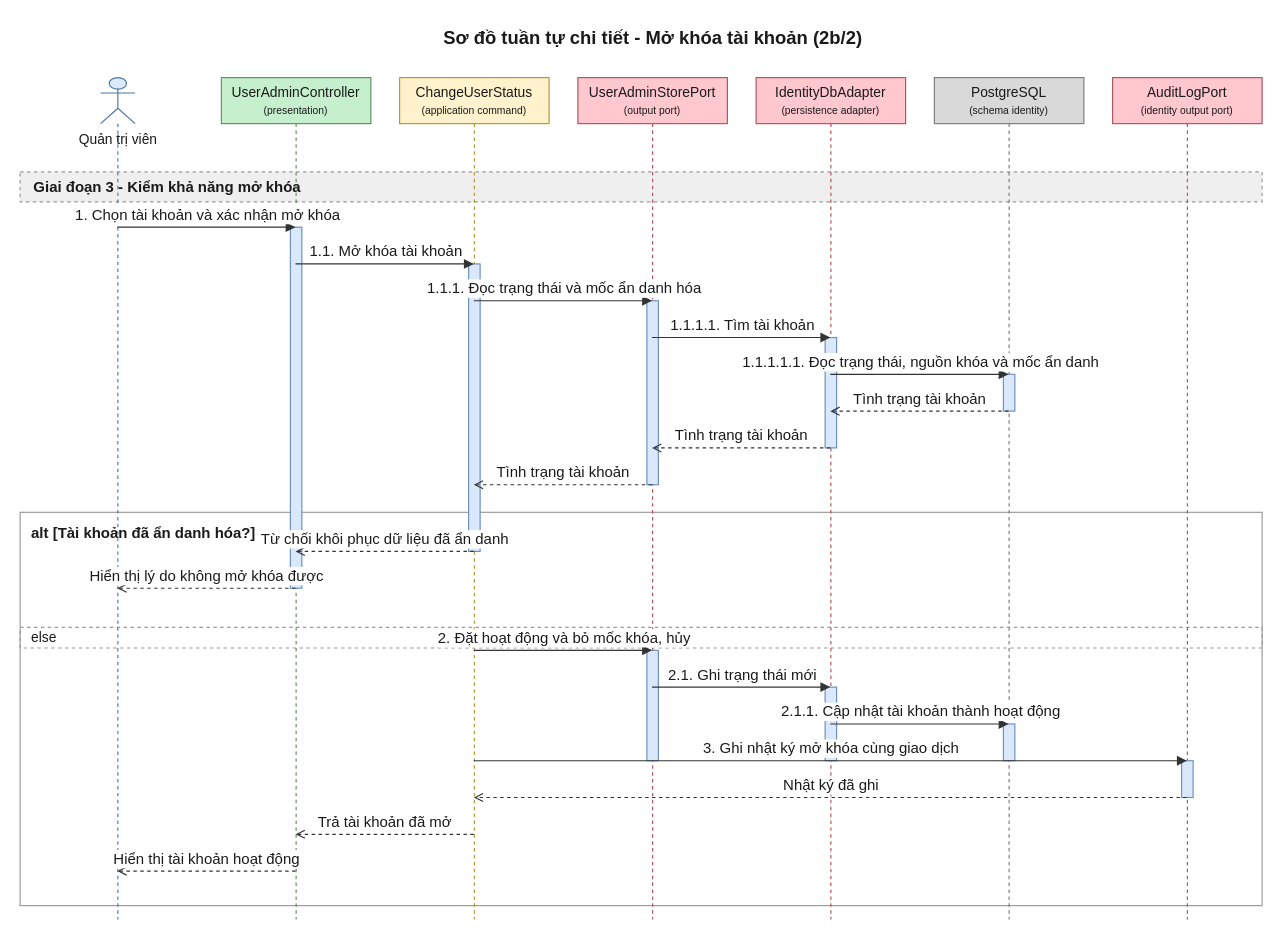
Before: 08-diagram/sequence/admin/sequence_admin_khoa_mo_khoa_tai_khoan_p2b.drawio in daiphu1801/PRJ_ALGOPREP, a draw.io diagram. Source tidied: cells renumbered, new cells numbered last; positions are measured from the earlier drawing's top-left corner, leaving out a move shared by most shapes. Both pictures are drawn from the tidied source at 115%, with x=0, y=0 at pixel (20, 20).
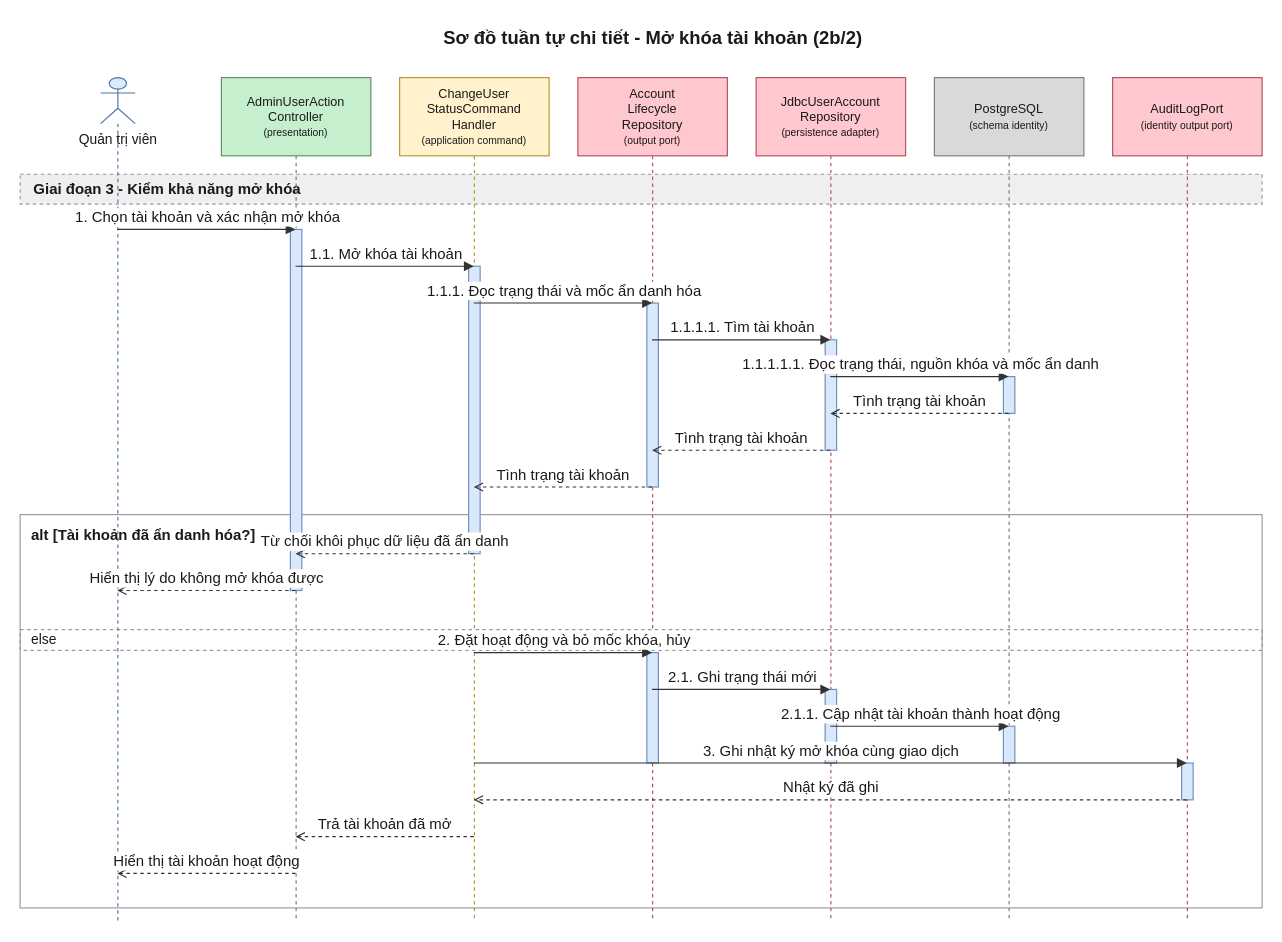
The same page after the edit.

Diff of the diagram source:
```diff
@@
     <mxCell id="3" value="alt [Tài khoản đã ẩn danh hóa?]" style="algoprep=alt;rounded=0;whiteSpace=wrap;html=1;fillColor=none;strokeColor=#999999;verticalAlign=top;align=left;spacingLeft=8;spacingTop=4;fontColor=#1A1A1A;fontSize=13;fontStyle=1;dashed=0;" parent="1" vertex="1">
-      <mxGeometry y="428" width="1080" height="342" as="geometry" />
+      <mxGeometry y="430" width="1080" height="342" as="geometry" />
     </mxCell>
     <mxCell id="4" value="else" style="text;html=1;dashed=1;strokeColor=#999999;fillColor=none;align=left;verticalAlign=middle;spacingLeft=8;fontColor=#1A1A1A;fontSize=12;" parent="1" vertex="1">
-      <mxGeometry y="528" width="1080" height="18" as="geometry" />
+      <mxGeometry y="530" width="1080" height="18" as="geometry" />
     </mxCell>
     <mxCell id="5" value="Giai đoạn 3 - Kiểm khả năng mở khóa" style="algoprep=phase;rounded=0;whiteSpace=wrap;html=1;fillColor=#EFEFEF;strokeColor=#999999;dashed=1;align=left;verticalAlign=middle;spacingLeft=10;fontColor=#1A1A1A;fontSize=13;fontStyle=1;" parent="1" vertex="1">
-      <mxGeometry y="132" width="1080" height="26" as="geometry" />
+      <mxGeometry y="134" width="1080" height="26" as="geometry" />
     </mxCell>
     <mxCell id="6" value="Quản trị viên" style="shape=umlLifeline;participant=umlActor;perimeter=lifelinePerimeter;html=1;outlineConnect=0;size=40;verticalAlign=top;spacingTop=40;fillColor=#DCEBFC;strokeColor=#4A76A8;fontColor=#1A1A1A;" parent="1" vertex="1">
-      <mxGeometry x="70" y="50" width="30" height="732" as="geometry" />
+      <mxGeometry x="70" y="50" width="30" height="734" as="geometry" />
     </mxCell>
-    <mxCell id="7" value="UserAdminController&lt;br&gt;&lt;font style=&quot;font-size:9px&quot;&gt;(presentation)&lt;/font&gt;" style="shape=umlLifeline;perimeter=lifelinePerimeter;whiteSpace=wrap;html=1;outlineConnect=0;size=40;fillColor=#C6EFCE;strokeColor=#5E8E5E;fontColor=#1A1A1A;" parent="1" vertex="1">
-      <mxGeometry x="175" y="50" width="130" height="732" as="geometry" />
+    <mxCell id="7" value="AdminUserAction&lt;br&gt;Controller&lt;br&gt;&lt;font style=&quot;font-size:9px&quot;&gt;(presentation)&lt;/font&gt;" style="shape=umlLifeline;perimeter=lifelinePerimeter;whiteSpace=wrap;html=1;outlineConnect=0;size=68;fontSize=11;fillColor=#C6EFCE;strokeColor=#5E8E5E;fontColor=#1A1A1A;" parent="1" vertex="1">
+      <mxGeometry x="175" y="50" width="130" height="734" as="geometry" />
     </mxCell>
-    <mxCell id="8" value="ChangeUserStatus&lt;br&gt;&lt;font style=&quot;font-size:9px&quot;&gt;(application command)&lt;/font&gt;" style="shape=umlLifeline;perimeter=lifelinePerimeter;whiteSpace=wrap;html=1;outlineConnect=0;size=40;fillColor=#FFF2CC;strokeColor=#B8952A;fontColor=#1A1A1A;" parent="1" vertex="1">
-      <mxGeometry x="330" y="50" width="130" height="732" as="geometry" />
+    <mxCell id="8" value="ChangeUser&lt;br&gt;StatusCommand&lt;br&gt;Handler&lt;br&gt;&lt;font style=&quot;font-size:9px&quot;&gt;(application command)&lt;/font&gt;" style="shape=umlLifeline;perimeter=lifelinePerimeter;whiteSpace=wrap;html=1;outlineConnect=0;size=68;fontSize=11;fillColor=#FFF2CC;strokeColor=#B8952A;fontColor=#1A1A1A;" parent="1" vertex="1">
+      <mxGeometry x="330" y="50" width="130" height="734" as="geometry" />
     </mxCell>
-    <mxCell id="9" value="UserAdminStorePort&lt;br&gt;&lt;font style=&quot;font-size:9px&quot;&gt;(output port)&lt;/font&gt;" style="shape=umlLifeline;perimeter=lifelinePerimeter;whiteSpace=wrap;html=1;outlineConnect=0;size=40;fillColor=#FFC7CE;strokeColor=#B0525E;fontColor=#1A1A1A;" parent="1" vertex="1">
-      <mxGeometry x="485" y="50" width="130" height="732" as="geometry" />
+    <mxCell id="9" value="Account&lt;br&gt;Lifecycle&lt;br&gt;Repository&lt;br&gt;&lt;font style=&quot;font-size:9px&quot;&gt;(output port)&lt;/font&gt;" style="shape=umlLifeline;perimeter=lifelinePerimeter;whiteSpace=wrap;html=1;outlineConnect=0;size=68;fontSize=11;fillColor=#FFC7CE;strokeColor=#B0525E;fontColor=#1A1A1A;" parent="1" vertex="1">
+      <mxGeometry x="485" y="50" width="130" height="734" as="geometry" />
     </mxCell>
-    <mxCell id="10" value="IdentityDbAdapter&lt;br&gt;&lt;font style=&quot;font-size:9px&quot;&gt;(persistence adapter)&lt;/font&gt;" style="shape=umlLifeline;perimeter=lifelinePerimeter;whiteSpace=wrap;html=1;outlineConnect=0;size=40;fillColor=#FFC7CE;strokeColor=#B0525E;fontColor=#1A1A1A;" parent="1" vertex="1">
-      <mxGeometry x="640" y="50" width="130" height="732" as="geometry" />
+    <mxCell id="10" value="JdbcUserAccount&lt;br&gt;Repository&lt;br&gt;&lt;font style=&quot;font-size:9px&quot;&gt;(persistence adapter)&lt;/font&gt;" style="shape=umlLifeline;perimeter=lifelinePerimeter;whiteSpace=wrap;html=1;outlineConnect=0;size=68;fontSize=11;fillColor=#FFC7CE;strokeColor=#B0525E;fontColor=#1A1A1A;" parent="1" vertex="1">
+      <mxGeometry x="640" y="50" width="130" height="734" as="geometry" />
     </mxCell>
-    <mxCell id="11" value="PostgreSQL&lt;br&gt;&lt;font style=&quot;font-size:9px&quot;&gt;(schema identity)&lt;/font&gt;" style="shape=umlLifeline;perimeter=lifelinePerimeter;whiteSpace=wrap;html=1;outlineConnect=0;size=40;fillColor=#D9D9D9;strokeColor=#7A7A7A;fontColor=#1A1A1A;" parent="1" vertex="1">
-      <mxGeometry x="795" y="50" width="130" height="732" as="geometry" />
+    <mxCell id="11" value="PostgreSQL&lt;br&gt;&lt;font style=&quot;font-size:9px&quot;&gt;(schema identity)&lt;/font&gt;" style="shape=umlLifeline;perimeter=lifelinePerimeter;whiteSpace=wrap;html=1;outlineConnect=0;size=68;fontSize=11;fillColor=#D9D9D9;strokeColor=#7A7A7A;fontColor=#1A1A1A;" parent="1" vertex="1">
+      <mxGeometry x="795" y="50" width="130" height="734" as="geometry" />
     </mxCell>
-    <mxCell id="12" value="AuditLogPort&lt;br&gt;&lt;font style=&quot;font-size:9px&quot;&gt;(identity output port)&lt;/font&gt;" style="shape=umlLifeline;perimeter=lifelinePerimeter;whiteSpace=wrap;html=1;outlineConnect=0;size=40;fillColor=#FFC7CE;strokeColor=#B0525E;fontColor=#1A1A1A;" parent="1" vertex="1">
-      <mxGeometry x="950" y="50" width="130" height="732" as="geometry" />
+    <mxCell id="12" value="AuditLogPort&lt;br&gt;&lt;font style=&quot;font-size:9px&quot;&gt;(identity output port)&lt;/font&gt;" style="shape=umlLifeline;perimeter=lifelinePerimeter;whiteSpace=wrap;html=1;outlineConnect=0;size=68;fontSize=11;fillColor=#FFC7CE;strokeColor=#B0525E;fontColor=#1A1A1A;" parent="1" vertex="1">
+      <mxGeometry x="950" y="50" width="130" height="734" as="geometry" />
     </mxCell>
     <mxCell id="13" style="html=1;perimeter=orthogonalPerimeter;targetShapes=umlLifeline;fillColor=#DAE8FC;strokeColor=#6C8EBF;" parent="11" vertex="1">
-      <mxGeometry x="60" y="258" width="10" height="32" as="geometry" />
+      <mxGeometry x="60" y="260" width="10" height="32" as="geometry" />
     </mxCell>
     <mxCell id="14" style="html=1;perimeter=orthogonalPerimeter;targetShapes=umlLifeline;fillColor=#DAE8FC;strokeColor=#6C8EBF;" parent="10" vertex="1">
-      <mxGeometry x="60" y="226" width="10" height="96" as="geometry" />
+      <mxGeometry x="60" y="228" width="10" height="96" as="geometry" />
     </mxCell>
     <mxCell id="15" style="html=1;perimeter=orthogonalPerimeter;targetShapes=umlLifeline;fillColor=#DAE8FC;strokeColor=#6C8EBF;" parent="9" vertex="1">
-      <mxGeometry x="60" y="194" width="10" height="160" as="geometry" />
+      <mxGeometry x="60" y="196" width="10" height="160" as="geometry" />
     </mxCell>
     <mxCell id="16" style="html=1;perimeter=orthogonalPerimeter;targetShapes=umlLifeline;fillColor=#DAE8FC;strokeColor=#6C8EBF;" parent="8" vertex="1">
-      <mxGeometry x="60" y="162" width="10" height="250" as="geometry" />
+      <mxGeometry x="60" y="164" width="10" height="250" as="geometry" />
     </mxCell>
     <mxCell id="17" style="html=1;perimeter=orthogonalPerimeter;targetShapes=umlLifeline;fillColor=#DAE8FC;strokeColor=#6C8EBF;" parent="7" vertex="1">
-      <mxGeometry x="60" y="130" width="10" height="314" as="geometry" />
+      <mxGeometry x="60" y="132" width="10" height="314" as="geometry" />
     </mxCell>
     <mxCell id="18" style="html=1;perimeter=orthogonalPerimeter;targetShapes=umlLifeline;fillColor=#DAE8FC;strokeColor=#6C8EBF;" parent="11" vertex="1">
-      <mxGeometry x="60" y="562" width="10" height="32" as="geometry" />
+      <mxGeometry x="60" y="564" width="10" height="32" as="geometry" />
     </mxCell>
     <mxCell id="19" style="html=1;perimeter=orthogonalPerimeter;targetShapes=umlLifeline;fillColor=#DAE8FC;strokeColor=#6C8EBF;" parent="10" vertex="1">
-      <mxGeometry x="60" y="530" width="10" height="64" as="geometry" />
+      <mxGeometry x="60" y="532" width="10" height="64" as="geometry" />
     </mxCell>
     <mxCell id="20" style="html=1;perimeter=orthogonalPerimeter;targetShapes=umlLifeline;fillColor=#DAE8FC;strokeColor=#6C8EBF;" parent="9" vertex="1">
-      <mxGeometry x="60" y="498" width="10" height="96" as="geometry" />
+      <mxGeometry x="60" y="500" width="10" height="96" as="geometry" />
     </mxCell>
     <mxCell id="21" style="html=1;perimeter=orthogonalPerimeter;targetShapes=umlLifeline;fillColor=#DAE8FC;strokeColor=#6C8EBF;" parent="12" vertex="1">
-      <mxGeometry x="60" y="594" width="10" height="32" as="geometry" />
+      <mxGeometry x="60" y="596" width="10" height="32" as="geometry" />
     </mxCell>
-    <mxCell id="22" value="1. Chọn tài khoản và xác nhận mở khóa" style="edgeStyle=none;html=1;endArrow=block;endFill=1;strokeColor=#333333;fontColor=#1A1A1A;fontSize=13;verticalAlign=bottom;exitX=0.5;exitY=0.1776;exitDx=0;exitDy=0;entryX=0.5;entryY=0.1776;entryDx=0;entryDy=0;" parent="1" edge="1" source="6" target="7">
+    <mxCell id="22" value="1. Chọn tài khoản và xác nhận mở khóa" style="edgeStyle=none;html=1;endArrow=block;endFill=1;strokeColor=#333333;fontColor=#1A1A1A;fontSize=13;verticalAlign=bottom;exitX=0.5;exitY=0.1798;exitDx=0;exitDy=0;entryX=0.5;entryY=0.1798;entryDx=0;entryDy=0;" parent="1" edge="1" source="6" target="7">
       <mxGeometry relative="1" as="geometry" />
     </mxCell>
-    <mxCell id="23" value="1.1. Mở khóa tài khoản" style="edgeStyle=none;html=1;endArrow=block;endFill=1;strokeColor=#333333;fontColor=#1A1A1A;fontSize=13;verticalAlign=bottom;exitX=0.5;exitY=0.2213;exitDx=0;exitDy=0;entryX=0.5;entryY=0.2213;entryDx=0;entryDy=0;" parent="1" edge="1" source="7" target="8">
+    <mxCell id="23" value="1.1. Mở khóa tài khoản" style="edgeStyle=none;html=1;endArrow=block;endFill=1;strokeColor=#333333;fontColor=#1A1A1A;fontSize=13;verticalAlign=bottom;exitX=0.5;exitY=0.2234;exitDx=0;exitDy=0;entryX=0.5;entryY=0.2234;entryDx=0;entryDy=0;" parent="1" edge="1" source="7" target="8">
       <mxGeometry relative="1" as="geometry" />
     </mxCell>
-    <mxCell id="24" value="1.1.1. Đọc trạng thái và mốc ẩn danh hóa" style="edgeStyle=none;html=1;endArrow=block;endFill=1;strokeColor=#333333;fontColor=#1A1A1A;fontSize=13;verticalAlign=bottom;exitX=0.5;exitY=0.2650;exitDx=0;exitDy=0;entryX=0.5;entryY=0.2650;entryDx=0;entryDy=0;" parent="1" edge="1" source="8" target="9">
+    <mxCell id="24" value="1.1.1. Đọc trạng thái và mốc ẩn danh hóa" style="edgeStyle=none;html=1;endArrow=block;endFill=1;strokeColor=#333333;fontColor=#1A1A1A;fontSize=13;verticalAlign=bottom;exitX=0.5;exitY=0.2670;exitDx=0;exitDy=0;entryX=0.5;entryY=0.2670;entryDx=0;entryDy=0;" parent="1" edge="1" source="8" target="9">
       <mxGeometry relative="1" as="geometry" />
     </mxCell>
-    <mxCell id="25" value="1.1.1.1. Tìm tài khoản" style="edgeStyle=none;html=1;endArrow=block;endFill=1;strokeColor=#333333;fontColor=#1A1A1A;fontSize=13;verticalAlign=bottom;exitX=0.5;exitY=0.3087;exitDx=0;exitDy=0;entryX=0.5;entryY=0.3087;entryDx=0;entryDy=0;" parent="1" edge="1" source="9" target="10">
+    <mxCell id="25" value="1.1.1.1. Tìm tài khoản" style="edgeStyle=none;html=1;endArrow=block;endFill=1;strokeColor=#333333;fontColor=#1A1A1A;fontSize=13;verticalAlign=bottom;exitX=0.5;exitY=0.3106;exitDx=0;exitDy=0;entryX=0.5;entryY=0.3106;entryDx=0;entryDy=0;" parent="1" edge="1" source="9" target="10">
       <mxGeometry relative="1" as="geometry" />
     </mxCell>
-    <mxCell id="26" value="1.1.1.1.1. Đọc trạng thái, nguồn khóa và mốc ẩn danh" style="edgeStyle=none;html=1;endArrow=block;endFill=1;strokeColor=#333333;fontColor=#1A1A1A;fontSize=13;verticalAlign=bottom;exitX=0.5;exitY=0.3525;exitDx=0;exitDy=0;entryX=0.5;entryY=0.3525;entryDx=0;entryDy=0;" parent="1" edge="1" source="10" target="11">
+    <mxCell id="26" value="1.1.1.1.1. Đọc trạng thái, nguồn khóa và mốc ẩn danh" style="edgeStyle=none;html=1;endArrow=block;endFill=1;strokeColor=#333333;fontColor=#1A1A1A;fontSize=13;verticalAlign=bottom;exitX=0.5;exitY=0.3542;exitDx=0;exitDy=0;entryX=0.5;entryY=0.3542;entryDx=0;entryDy=0;" parent="1" edge="1" source="10" target="11">
       <mxGeometry relative="1" as="geometry" />
     </mxCell>
-    <mxCell id="27" value="Tình trạng tài khoản" style="edgeStyle=none;html=1;endArrow=open;endFill=0;dashed=1;strokeColor=#333333;fontColor=#1A1A1A;fontSize=13;verticalAlign=bottom;exitX=0.5;exitY=0.3962;exitDx=0;exitDy=0;entryX=0.5;entryY=0.3962;entryDx=0;entryDy=0;" parent="1" edge="1" source="11" target="10">
+    <mxCell id="27" value="Tình trạng tài khoản" style="edgeStyle=none;html=1;endArrow=open;endFill=0;dashed=1;strokeColor=#333333;fontColor=#1A1A1A;fontSize=13;verticalAlign=bottom;exitX=0.5;exitY=0.3978;exitDx=0;exitDy=0;entryX=0.5;entryY=0.3978;entryDx=0;entryDy=0;" parent="1" edge="1" source="11" target="10">
       <mxGeometry relative="1" as="geometry" />
     </mxCell>
-    <mxCell id="28" value="Tình trạng tài khoản" style="edgeStyle=none;html=1;endArrow=open;endFill=0;dashed=1;strokeColor=#333333;fontColor=#1A1A1A;fontSize=13;verticalAlign=bottom;exitX=0.5;exitY=0.4399;exitDx=0;exitDy=0;entryX=0.5;entryY=0.4399;entryDx=0;entryDy=0;" parent="1" edge="1" source="10" target="9">
+    <mxCell id="28" value="Tình trạng tài khoản" style="edgeStyle=none;html=1;endArrow=open;endFill=0;dashed=1;strokeColor=#333333;fontColor=#1A1A1A;fontSize=13;verticalAlign=bottom;exitX=0.5;exitY=0.4414;exitDx=0;exitDy=0;entryX=0.5;entryY=0.4414;entryDx=0;entryDy=0;" parent="1" edge="1" source="10" target="9">
       <mxGeometry relative="1" as="geometry" />
     </mxCell>
-    <mxCell id="29" value="Tình trạng tài khoản" style="edgeStyle=none;html=1;endArrow=open;endFill=0;dashed=1;strokeColor=#333333;fontColor=#1A1A1A;fontSize=13;verticalAlign=bottom;exitX=0.5;exitY=0.4836;exitDx=0;exitDy=0;entryX=0.5;entryY=0.4836;entryDx=0;entryDy=0;" parent="1" edge="1" source="9" target="8">
+    <mxCell id="29" value="Tình trạng tài khoản" style="edgeStyle=none;html=1;endArrow=open;endFill=0;dashed=1;strokeColor=#333333;fontColor=#1A1A1A;fontSize=13;verticalAlign=bottom;exitX=0.5;exitY=0.4850;exitDx=0;exitDy=0;entryX=0.5;entryY=0.4850;entryDx=0;entryDy=0;" parent="1" edge="1" source="9" target="8">
       <mxGeometry relative="1" as="geometry" />
     </mxCell>
-    <mxCell id="30" value="Từ chối khôi phục dữ liệu đã ẩn danh" style="edgeStyle=none;html=1;endArrow=open;endFill=0;dashed=1;strokeColor=#333333;fontColor=#1A1A1A;fontSize=13;verticalAlign=bottom;exitX=0.5;exitY=0.5628;exitDx=0;exitDy=0;entryX=0.5;entryY=0.5628;entryDx=0;entryDy=0;" parent="1" edge="1" source="8" target="7">
+    <mxCell id="30" value="Từ chối khôi phục dữ liệu đã ẩn danh" style="edgeStyle=none;html=1;endArrow=open;endFill=0;dashed=1;strokeColor=#333333;fontColor=#1A1A1A;fontSize=13;verticalAlign=bottom;exitX=0.5;exitY=0.5640;exitDx=0;exitDy=0;entryX=0.5;entryY=0.5640;entryDx=0;entryDy=0;" parent="1" edge="1" source="8" target="7">
       <mxGeometry relative="1" as="geometry" />
     </mxCell>
-    <mxCell id="31" value="Hiển thị lý do không mở khóa được" style="edgeStyle=none;html=1;endArrow=open;endFill=0;dashed=1;strokeColor=#333333;fontColor=#1A1A1A;fontSize=13;verticalAlign=bottom;exitX=0.5;exitY=0.6066;exitDx=0;exitDy=0;entryX=0.5;entryY=0.6066;entryDx=0;entryDy=0;" parent="1" edge="1" source="7" target="6">
+    <mxCell id="31" value="Hiển thị lý do không mở khóa được" style="edgeStyle=none;html=1;endArrow=open;endFill=0;dashed=1;strokeColor=#333333;fontColor=#1A1A1A;fontSize=13;verticalAlign=bottom;exitX=0.5;exitY=0.6076;exitDx=0;exitDy=0;entryX=0.5;entryY=0.6076;entryDx=0;entryDy=0;" parent="1" edge="1" source="7" target="6">
       <mxGeometry relative="1" as="geometry" />
     </mxCell>
-    <mxCell id="32" value="2. Đặt hoạt động và bỏ mốc khóa, hủy" style="edgeStyle=none;html=1;endArrow=block;endFill=1;strokeColor=#333333;fontColor=#1A1A1A;fontSize=13;verticalAlign=bottom;exitX=0.5;exitY=0.6803;exitDx=0;exitDy=0;entryX=0.5;entryY=0.6803;entryDx=0;entryDy=0;" parent="1" edge="1" source="8" target="9">
+    <mxCell id="32" value="2. Đặt hoạt động và bỏ mốc khóa, hủy" style="edgeStyle=none;html=1;endArrow=block;endFill=1;strokeColor=#333333;fontColor=#1A1A1A;fontSize=13;verticalAlign=bottom;exitX=0.5;exitY=0.6812;exitDx=0;exitDy=0;entryX=0.5;entryY=0.6812;entryDx=0;entryDy=0;" parent="1" edge="1" source="8" target="9">
       <mxGeometry relative="1" as="geometry" />
     </mxCell>
-    <mxCell id="33" value="2.1. Ghi trạng thái mới" style="edgeStyle=none;html=1;endArrow=block;endFill=1;strokeColor=#333333;fontColor=#1A1A1A;fontSize=13;verticalAlign=bottom;exitX=0.5;exitY=0.7240;exitDx=0;exitDy=0;entryX=0.5;entryY=0.7240;entryDx=0;entryDy=0;" parent="1" edge="1" source="9" target="10">
+    <mxCell id="33" value="2.1. Ghi trạng thái mới" style="edgeStyle=none;html=1;endArrow=block;endFill=1;strokeColor=#333333;fontColor=#1A1A1A;fontSize=13;verticalAlign=bottom;exitX=0.5;exitY=0.7248;exitDx=0;exitDy=0;entryX=0.5;entryY=0.7248;entryDx=0;entryDy=0;" parent="1" edge="1" source="9" target="10">
       <mxGeometry relative="1" as="geometry" />
     </mxCell>
-    <mxCell id="34" value="2.1.1. Cập nhật tài khoản thành hoạt động" style="edgeStyle=none;html=1;endArrow=block;endFill=1;strokeColor=#333333;fontColor=#1A1A1A;fontSize=13;verticalAlign=bottom;exitX=0.5;exitY=0.7678;exitDx=0;exitDy=0;entryX=0.5;entryY=0.7678;entryDx=0;entryDy=0;" parent="1" edge="1" source="10" target="11">
+    <mxCell id="34" value="2.1.1. Cập nhật tài khoản thành hoạt động" style="edgeStyle=none;html=1;endArrow=block;endFill=1;strokeColor=#333333;fontColor=#1A1A1A;fontSize=13;verticalAlign=bottom;exitX=0.5;exitY=0.7684;exitDx=0;exitDy=0;entryX=0.5;entryY=0.7684;entryDx=0;entryDy=0;" parent="1" edge="1" source="10" target="11">
       <mxGeometry relative="1" as="geometry" />
     </mxCell>
-    <mxCell id="35" value="3. Ghi nhật ký mở khóa cùng giao dịch" style="edgeStyle=none;html=1;endArrow=block;endFill=1;strokeColor=#333333;fontColor=#1A1A1A;fontSize=13;verticalAlign=bottom;exitX=0.5;exitY=0.8115;exitDx=0;exitDy=0;entryX=0.5;entryY=0.8115;entryDx=0;entryDy=0;" parent="1" edge="1" source="8" target="12">
+    <mxCell id="35" value="3. Ghi nhật ký mở khóa cùng giao dịch" style="edgeStyle=none;html=1;endArrow=block;endFill=1;strokeColor=#333333;fontColor=#1A1A1A;fontSize=13;verticalAlign=bottom;exitX=0.5;exitY=0.8120;exitDx=0;exitDy=0;entryX=0.5;entryY=0.8120;entryDx=0;entryDy=0;" parent="1" edge="1" source="8" target="12">
       <mxGeometry relative="1" as="geometry" />
     </mxCell>
-    <mxCell id="36" value="Nhật ký đã ghi" style="edgeStyle=none;html=1;endArrow=open;endFill=0;dashed=1;strokeColor=#333333;fontColor=#1A1A1A;fontSize=13;verticalAlign=bottom;exitX=0.5;exitY=0.8552;exitDx=0;exitDy=0;entryX=0.5;entryY=0.8552;entryDx=0;entryDy=0;" parent="1" edge="1" source="12" target="8">
+    <mxCell id="36" value="Nhật ký đã ghi" style="edgeStyle=none;html=1;endArrow=open;endFill=0;dashed=1;strokeColor=#333333;fontColor=#1A1A1A;fontSize=13;verticalAlign=bottom;exitX=0.5;exitY=0.8556;exitDx=0;exitDy=0;entryX=0.5;entryY=0.8556;entryDx=0;entryDy=0;" parent="1" edge="1" source="12" target="8">
       <mxGeometry relative="1" as="geometry" />
     </mxCell>
-    <mxCell id="37" value="Trả tài khoản đã mở" style="edgeStyle=none;html=1;endArrow=open;endFill=0;dashed=1;strokeColor=#333333;fontColor=#1A1A1A;fontSize=13;verticalAlign=bottom;exitX=0.5;exitY=0.8989;exitDx=0;exitDy=0;entryX=0.5;entryY=0.8989;entryDx=0;entryDy=0;" parent="1" edge="1" source="8" target="7">
+    <mxCell id="37" value="Trả tài khoản đã mở" style="edgeStyle=none;html=1;endArrow=open;endFill=0;dashed=1;strokeColor=#333333;fontColor=#1A1A1A;fontSize=13;verticalAlign=bottom;exitX=0.5;exitY=0.8992;exitDx=0;exitDy=0;entryX=0.5;entryY=0.8992;entryDx=0;entryDy=0;" parent="1" edge="1" source="8" target="7">
       <mxGeometry relative="1" as="geometry" />
     </mxCell>
-    <mxCell id="38" value="Hiển thị tài khoản hoạt động" style="edgeStyle=none;html=1;endArrow=open;endFill=0;dashed=1;strokeColor=#333333;fontColor=#1A1A1A;fontSize=13;verticalAlign=bottom;exitX=0.5;exitY=0.9426;exitDx=0;exitDy=0;entryX=0.5;entryY=0.9426;entryDx=0;entryDy=0;" parent="1" edge="1" source="7" target="6">
+    <mxCell id="38" value="Hiển thị tài khoản hoạt động" style="edgeStyle=none;html=1;endArrow=open;endFill=0;dashed=1;strokeColor=#333333;fontColor=#1A1A1A;fontSize=13;verticalAlign=bottom;exitX=0.5;exitY=0.9428;exitDx=0;exitDy=0;entryX=0.5;entryY=0.9428;entryDx=0;entryDy=0;" parent="1" edge="1" source="7" target="6">
       <mxGeometry relative="1" as="geometry" />
     </mxCell>
```
